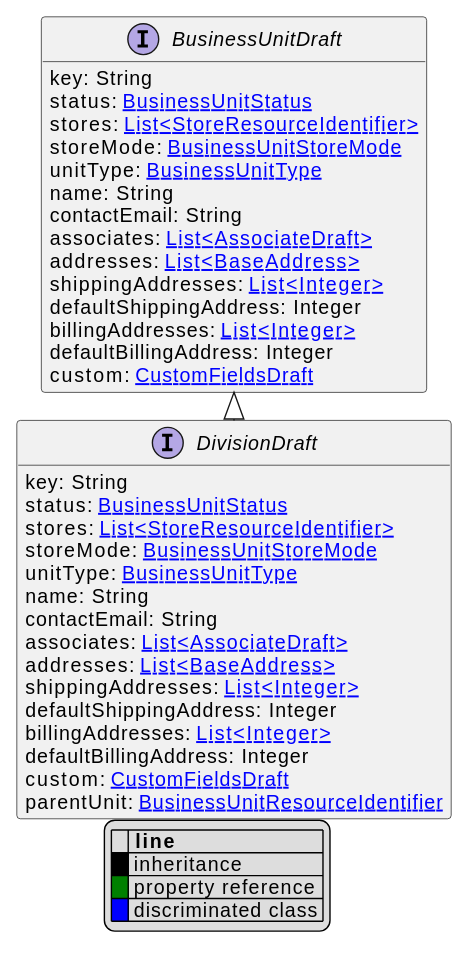
Before: uml/api/svg/DivisionDraft.svg, a diagram exported from PlantUML (commercetools/commercetools-api-reference).
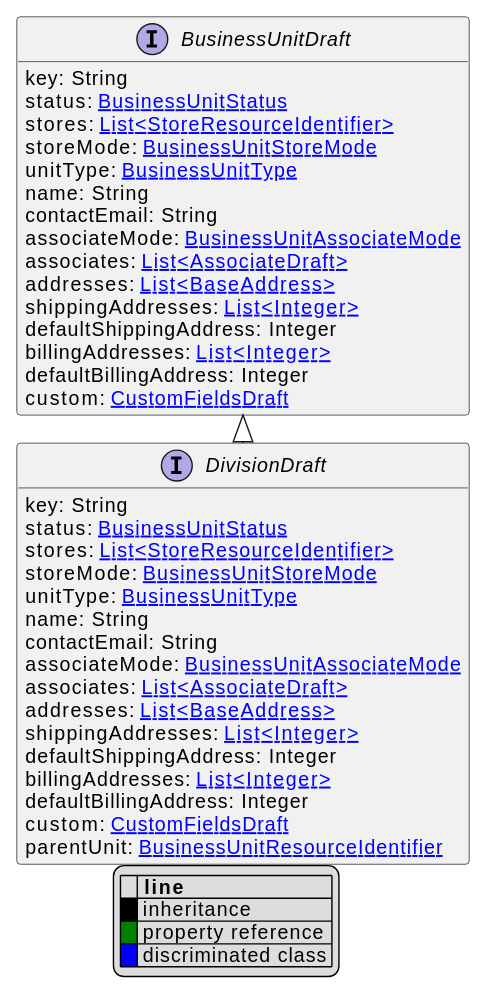
The same file after the commit.

What changed in the source:
```diff
@@ -16,6 +16,7 @@
     unitType: [[BusinessUnitType.svg BusinessUnitType]]
     name: String
     contactEmail: String
+    associateMode: [[BusinessUnitAssociateMode.svg BusinessUnitAssociateMode]]
     associates: [[AssociateDraft.svg List<AssociateDraft>]]
     addresses: [[BaseAddress.svg List<BaseAddress>]]
     shippingAddresses: [[Integer.svg List<Integer>]]
@@ -33,6 +34,7 @@
     unitType: [[BusinessUnitType.svg BusinessUnitType]]
     name: String
     contactEmail: String
+    associateMode: [[BusinessUnitAssociateMode.svg BusinessUnitAssociateMode]]
     associates: [[AssociateDraft.svg List<AssociateDraft>]]
     addresses: [[BaseAddress.svg List<BaseAddress>]]
     shippingAddresses: [[Integer.svg List<Integer>]]
```
